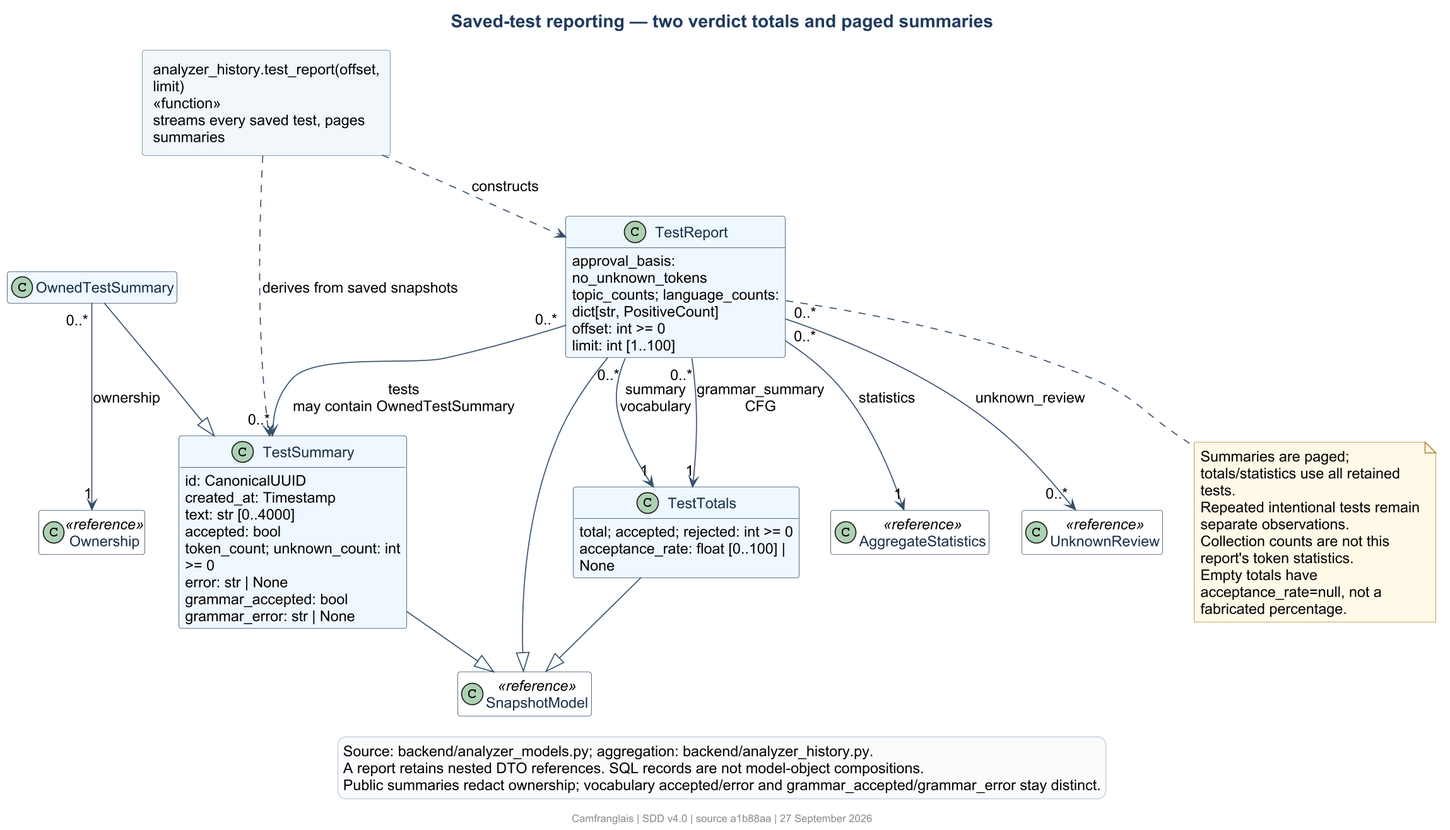
The PlantUML diagram docs/diagrams/class-test-reports.png in Suraku237/francanglaiscompiler, before a commit.
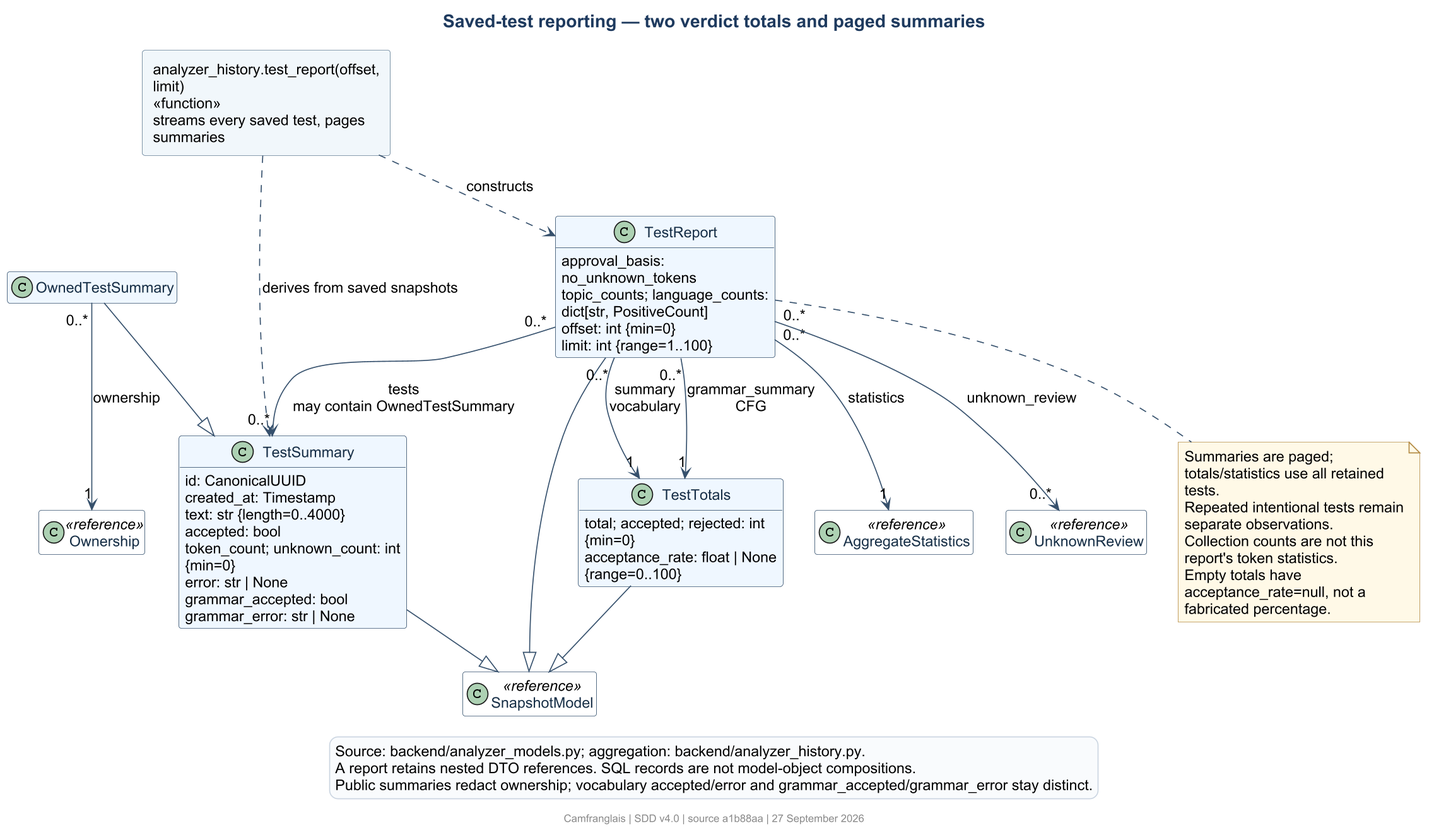
Above is the later version.

Change to the diagram source:
```diff
@@ -7,23 +7,23 @@
 class TestSummary {
   id: CanonicalUUID
   created_at: Timestamp
-  text: str [0..4000]
+  text: str {length=0..4000}
   accepted: bool
-  token_count; unknown_count: int >= 0
+  token_count; unknown_count: int {min=0}
   error: str | None
   grammar_accepted: bool
   grammar_error: str | None
 }
 class OwnedTestSummary
 class TestTotals {
-  total; accepted; rejected: int >= 0
-  acceptance_rate: float [0..100] | None
+  total; accepted; rejected: int {min=0}
+  acceptance_rate: float | None {range=0..100}
 }
 class TestReport {
   approval_basis: no_unknown_tokens
   topic_counts; language_counts: dict[str, PositiveCount]
-  offset: int >= 0
-  limit: int [1..100]
+  offset: int {min=0}
+  limit: int {range=1..100}
 }
 class AggregateStatistics <<reference>>
 class UnknownReview <<reference>>
```
